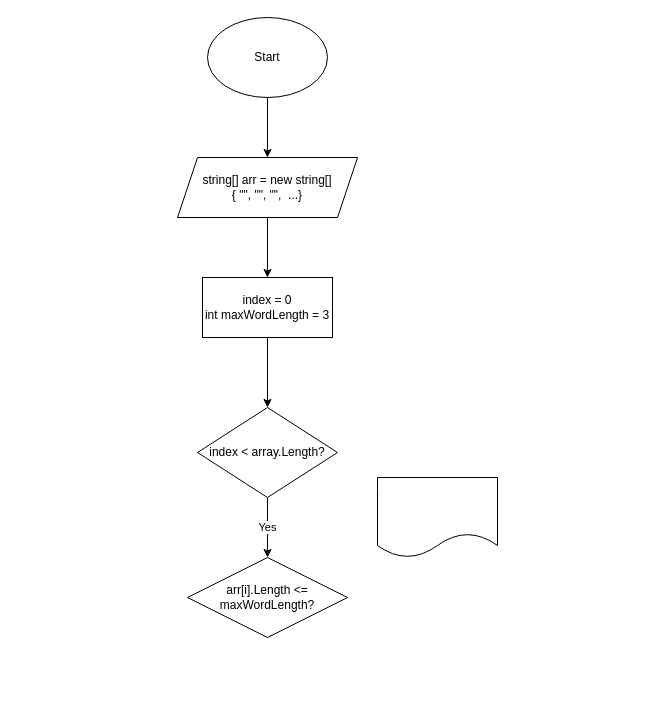
MargaritaKharokhorina/FinalTask keeps this draw.io diagram as Task/block_diagram.drawio. Above is the earlier version. Source tidied: cells renumbered, new cells numbered last; positions are measured from the earlier drawing's top-left corner, leaving out a move shared by most shapes. Both pictures are drawn from the tidied source at 100%, with x=0, y=0 at pixel (177, 17).
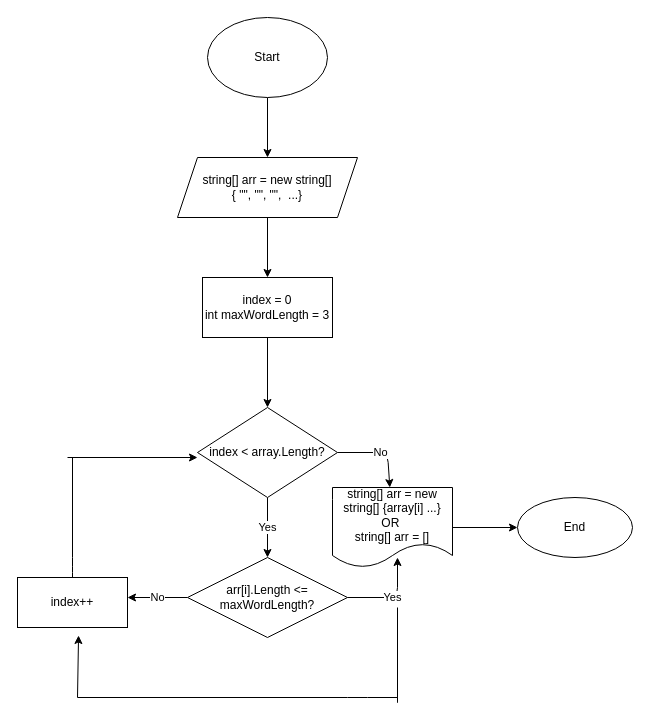
After the change.

Commit message:
Add solving and block diagram

Unchanged cells that the change refers to:
```xml
<mxCell id="9" value="index &amp;lt; array.Length?" style="rhombus;whiteSpace=wrap;html=1;" parent="1" vertex="1">
  <mxGeometry x="20" y="390" width="140" height="90" as="geometry" />
</mxCell>
<mxCell id="10" value="arr[i].Length &amp;lt;= maxWordLength?" style="rhombus;whiteSpace=wrap;html=1;" parent="1" vertex="1">
  <mxGeometry x="10" y="540" width="160" height="80" as="geometry" />
</mxCell>
```

What changed in the source:
```diff
@@
+    <mxCell id="12" value="No" style="edgeStyle=none;html=1;" parent="1" edge="1" source="9" target="11">
+      <mxGeometry relative="1" as="geometry">
+        <Array as="points">
+          <mxPoint x="210" y="435" />
+        </Array>
+      </mxGeometry>
+    </mxCell>
@@
+    <mxCell id="13" value="No" style="edgeStyle=none;html=1;" parent="1" edge="1" source="10">
+      <mxGeometry relative="1" as="geometry">
+        <mxPoint x="-50" y="580" as="targetPoint" />
+      </mxGeometry>
+    </mxCell>
@@
+    <mxCell id="14" style="edgeStyle=none;html=1;" parent="1" edge="1" source="11">
+      <mxGeometry relative="1" as="geometry">
+        <mxPoint x="340" y="510" as="targetPoint" />
+      </mxGeometry>
+    </mxCell>
-    <mxCell id="11" style="shape=document;whiteSpace=wrap;html=1;boundedLbl=1;" parent="1" vertex="1">
-      <mxGeometry x="200" y="460" width="120" height="80" as="geometry" />
+    <mxCell id="11" value="&lt;div&gt;string[] arr = new string[] {array[i] ...}&lt;/div&gt;&lt;div&gt;OR&amp;nbsp;&lt;/div&gt;&lt;div&gt;string[] arr = []&lt;/div&gt;" style="shape=document;whiteSpace=wrap;html=1;boundedLbl=1;" parent="1" vertex="1">
+      <mxGeometry x="155" y="470" width="120" height="80" as="geometry" />
     </mxCell>
+    <mxCell id="15" value="Yes" style="endArrow=classic;html=1;" parent="1" edge="1">
+      <mxGeometry relative="1" as="geometry">
+        <mxPoint x="170" y="580" as="sourcePoint" />
+        <mxPoint x="220" y="540" as="targetPoint" />
+        <Array as="points">
+          <mxPoint x="220" y="580" />
+        </Array>
+      </mxGeometry>
+    </mxCell>
+    <mxCell id="16" value="index++" style="rounded=0;whiteSpace=wrap;html=1;" parent="1" vertex="1">
+      <mxGeometry x="-160" y="560" width="110" height="50" as="geometry" />
+    </mxCell>
+    <mxCell id="17" style="endArrow=none;html=1;" parent="1" edge="1">
+      <mxGeometry relative="1" as="geometry">
+        <mxPoint x="220" y="660" as="sourcePoint" />
+        <mxPoint x="220" y="590" as="targetPoint" />
+        <Array as="points">
+          <mxPoint x="220" y="690" />
+        </Array>
+      </mxGeometry>
+    </mxCell>
+    <mxCell id="18" style="endArrow=none;html=1;" parent="1" edge="1">
+      <mxGeometry relative="1" as="geometry">
+        <mxPoint x="-100" y="680" as="sourcePoint" />
+        <mxPoint x="220" y="680" as="targetPoint" />
+        <Array as="points">
+          <mxPoint x="180" y="680" />
+        </Array>
+      </mxGeometry>
+    </mxCell>
+    <mxCell id="19" style="endArrow=classic;html=1;entryX=0.555;entryY=1.16;entryDx=0;entryDy=0;entryPerimeter=0;" parent="1" edge="1" target="16">
+      <mxGeometry relative="1" as="geometry">
+        <mxPoint x="-100" y="680" as="sourcePoint" />
+      </mxGeometry>
+    </mxCell>
+    <mxCell id="20" style="endArrow=none;html=1;exitX=0.5;exitY=0;exitDx=0;exitDy=0;" parent="1" edge="1" source="16">
+      <mxGeometry relative="1" as="geometry">
+        <mxPoint x="-105" y="440" as="targetPoint" />
+        <Array as="points">
+          <mxPoint x="-105" y="550" />
+        </Array>
+      </mxGeometry>
+    </mxCell>
+    <mxCell id="21" style="endArrow=classic;html=1;" parent="1" edge="1">
+      <mxGeometry relative="1" as="geometry">
+        <mxPoint x="-110" y="440" as="sourcePoint" />
+        <mxPoint x="20" y="440" as="targetPoint" />
+      </mxGeometry>
+    </mxCell>
+    <mxCell id="22" value="End" style="ellipse;whiteSpace=wrap;html=1;" parent="1" vertex="1">
+      <mxGeometry x="340" y="480" width="115" height="60" as="geometry" />
+    </mxCell>
```
